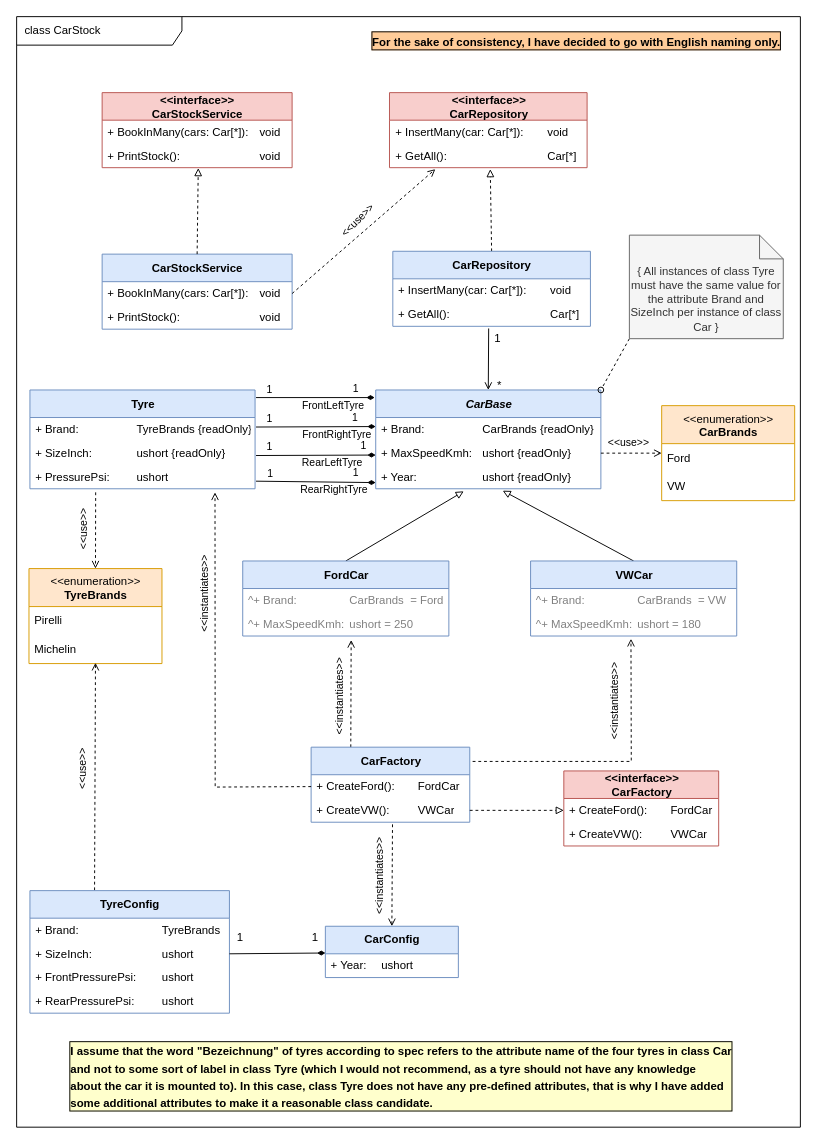
Above: _Docs/Design.drawio in PaWeCoding/CarStock (draw.io), before the change. Source tidied: cells renumbered, new cells numbered last; positions are measured from the earlier drawing's top-left corner, leaving out a move shared by most shapes. Both pictures are drawn from the tidied source at 95%, with x=0, y=0 at pixel (16, 16).
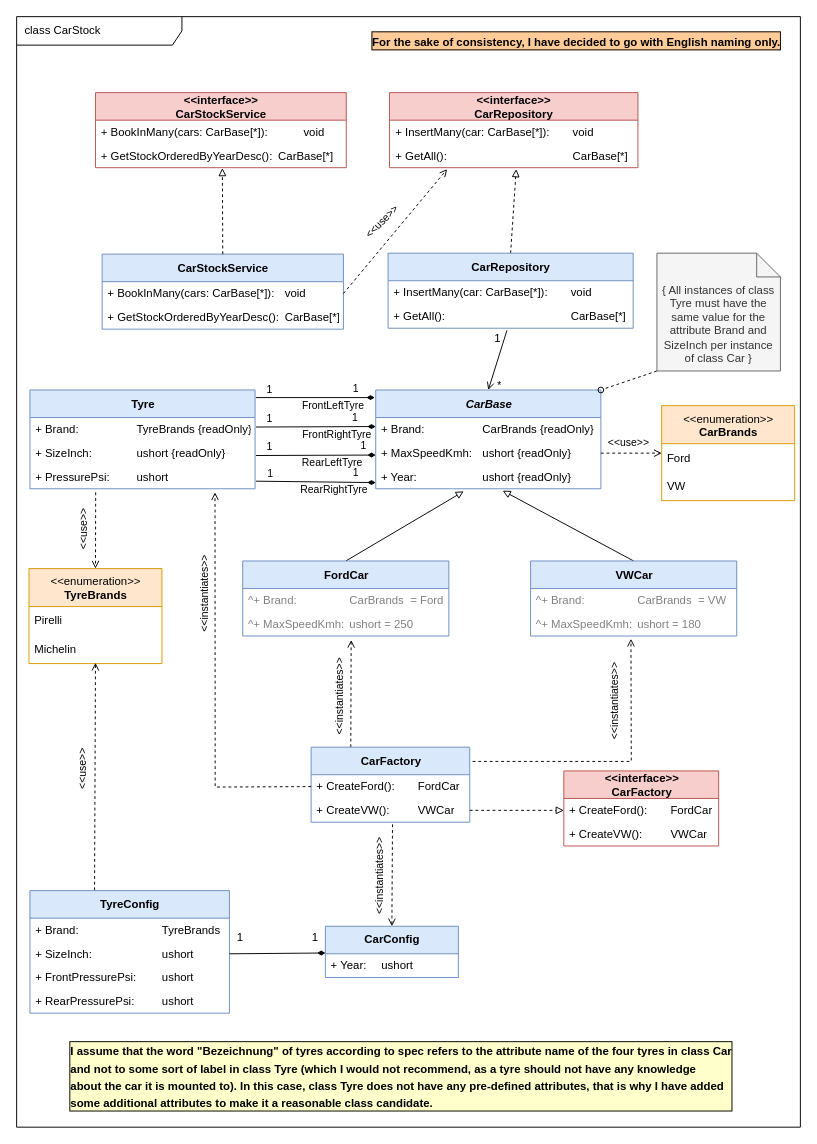
The same diagram, later.

Diff of the diagram source:
```diff
@@
     <mxCell id="37" value="CarRepository" style="swimlane;fontStyle=1;align=center;verticalAlign=middle;horizontal=1;startSize=29;html=1;fillColor=#dae8fc;strokeColor=#6c8ebf;" parent="1" vertex="1">
-      <mxGeometry x="396" y="247" width="208" height="79" as="geometry" />
+      <mxGeometry x="391" y="249" width="258" height="79" as="geometry" />
     </mxCell>
-    <mxCell id="38" value="+ InsertMany(car: Car[*]):&lt;span style=&quot;white-space: pre;&quot;&gt;&#9;&lt;/span&gt;void" style="text;html=1;strokeColor=none;fillColor=none;align=left;verticalAlign=middle;spacingLeft=4;spacingRight=4;overflow=hidden;" parent="37" vertex="1">
-      <mxGeometry y="29" width="208" height="25" as="geometry" />
+    <mxCell id="38" value="+ InsertMany(car: CarBase[*]):&lt;span style=&quot;white-space: pre;&quot;&gt;&#9;&lt;/span&gt;void" style="text;html=1;strokeColor=none;fillColor=none;align=left;verticalAlign=middle;spacingLeft=4;spacingRight=4;overflow=hidden;" parent="37" vertex="1">
+      <mxGeometry y="29" width="258" height="25" as="geometry" />
     </mxCell>
-    <mxCell id="39" value="+ GetAll():&lt;span style=&quot;white-space: pre;&quot;&gt;&#9;&lt;/span&gt;&lt;span style=&quot;white-space: pre;&quot;&gt;&#9;&lt;span style=&quot;white-space: pre;&quot;&gt;&#9;&lt;/span&gt;&lt;span style=&quot;white-space: pre;&quot;&gt;&#9;&lt;/span&gt;&lt;/span&gt;Car[*]" style="text;html=1;strokeColor=none;fillColor=none;align=left;verticalAlign=middle;spacingLeft=4;spacingRight=4;overflow=hidden;points=[[0,0.5],[1,0.5]];portConstraint=eastwest;" parent="37" vertex="1">
-      <mxGeometry y="54" width="208" height="25" as="geometry" />
+    <mxCell id="39" value="+ GetAll():&lt;span style=&quot;white-space: pre;&quot;&gt;&#9;&lt;/span&gt;&lt;span style=&quot;white-space: pre;&quot;&gt;&#9;&lt;span style=&quot;white-space: pre;&quot;&gt;&#9;&lt;/span&gt;&lt;span style=&quot;white-space: pre;&quot;&gt;&#9;&lt;span style=&quot;white-space: pre;&quot;&gt;&#9;&lt;/span&gt;&lt;/span&gt;&lt;/span&gt;CarBase[*]" style="text;html=1;strokeColor=none;fillColor=none;align=left;verticalAlign=middle;spacingLeft=4;spacingRight=4;overflow=hidden;points=[[0,0.5],[1,0.5]];portConstraint=eastwest;" parent="37" vertex="1">
+      <mxGeometry y="54" width="258" height="25" as="geometry" />
     </mxCell>
@@
     <mxCell id="42" value="CarStockService" style="swimlane;fontStyle=1;align=center;verticalAlign=middle;horizontal=1;startSize=29;html=1;fillColor=#dae8fc;strokeColor=#6c8ebf;" parent="1" vertex="1">
-      <mxGeometry x="90" y="250" width="200" height="79" as="geometry" />
+      <mxGeometry x="90" y="250" width="254" height="79" as="geometry" />
     </mxCell>
-    <mxCell id="43" value="+ BookInMany(cars: Car[*]):&lt;span style=&quot;white-space: pre;&quot;&gt;&#9;&lt;/span&gt;void" style="text;html=1;strokeColor=none;fillColor=none;align=left;verticalAlign=middle;spacingLeft=4;spacingRight=4;overflow=hidden;points=[[0,0.5],[1,0.5]];portConstraint=eastwest;" parent="42" vertex="1">
-      <mxGeometry y="29" width="200" height="25" as="geometry" />
+    <mxCell id="43" value="+ BookInMany(cars: CarBase[*]):&lt;span style=&quot;white-space: pre;&quot;&gt;&#9;&lt;/span&gt;void" style="text;html=1;strokeColor=none;fillColor=none;align=left;verticalAlign=middle;spacingLeft=4;spacingRight=4;overflow=hidden;points=[[0,0.5],[1,0.5]];portConstraint=eastwest;" parent="42" vertex="1">
+      <mxGeometry y="29" width="254" height="25" as="geometry" />
     </mxCell>
-    <mxCell id="44" value="+ PrintStock():&lt;span style=&quot;white-space: pre;&quot;&gt;&#9;&lt;/span&gt;&lt;span style=&quot;white-space: pre;&quot;&gt;&#9;&lt;span style=&quot;white-space: pre;&quot;&gt;&#9;&lt;/span&gt;&lt;span style=&quot;white-space: pre;&quot;&gt;&#9;&lt;/span&gt;v&lt;/span&gt;oid" style="text;html=1;strokeColor=none;fillColor=none;align=left;verticalAlign=middle;spacingLeft=4;spacingRight=4;overflow=hidden;" parent="42" vertex="1">
-      <mxGeometry y="54" width="200" height="25" as="geometry" />
+    <mxCell id="44" value="+ GetStockOrderedByYearDesc():&lt;span style=&quot;white-space: pre;&quot;&gt;&#9;&lt;/span&gt;&lt;span style=&quot;white-space-collapse: preserve;&quot;&gt;CarBase[*]&lt;/span&gt;" style="text;html=1;strokeColor=none;fillColor=none;align=left;verticalAlign=middle;spacingLeft=4;spacingRight=4;overflow=hidden;" parent="42" vertex="1">
+      <mxGeometry y="54" width="254" height="25" as="geometry" />
     </mxCell>
@@
     <mxCell id="66" value="{ All instances of class Tyre must have the same value for the attribute Brand and SizeInch per instance of class Car }" style="shape=note2;boundedLbl=1;whiteSpace=wrap;html=1;size=25;verticalAlign=top;align=center;fontColor=#333333;fillColor=#f5f5f5;strokeColor=#666666;" parent="1" vertex="1">
-      <mxGeometry x="645" y="230" width="162" height="109" as="geometry" />
+      <mxGeometry x="674" y="249" width="130" height="124" as="geometry" />
     </mxCell>
@@
     <mxCell id="68" value="&amp;lt;&amp;lt;interface&amp;gt;&amp;gt;&lt;br&gt;CarStockService" style="swimlane;fontStyle=1;align=center;verticalAlign=middle;horizontal=1;startSize=29;html=1;fillColor=#f8cecc;strokeColor=#b85450;" parent="1" vertex="1">
-      <mxGeometry x="90" y="80" width="200" height="79" as="geometry" />
+      <mxGeometry x="83" y="80" width="264" height="79" as="geometry" />
     </mxCell>
-    <mxCell id="69" value="+ BookInMany(cars: Car[*]):&lt;span style=&quot;white-space: pre;&quot;&gt;&#9;&lt;/span&gt;void" style="text;html=1;strokeColor=none;fillColor=none;align=left;verticalAlign=middle;spacingLeft=4;spacingRight=4;overflow=hidden;" parent="68" vertex="1">
-      <mxGeometry y="29" width="200" height="25" as="geometry" />
+    <mxCell id="69" value="+ BookInMany(cars: CarBase[*]):&lt;span style=&quot;white-space: pre;&quot;&gt;&#9;&lt;span style=&quot;white-space: pre;&quot;&gt;&#9;&lt;/span&gt;&lt;/span&gt;void" style="text;html=1;strokeColor=none;fillColor=none;align=left;verticalAlign=middle;spacingLeft=4;spacingRight=4;overflow=hidden;" parent="68" vertex="1">
+      <mxGeometry y="29" width="264" height="25" as="geometry" />
     </mxCell>
-    <mxCell id="70" value="+ PrintStock():&lt;span style=&quot;white-space: pre;&quot;&gt;&#9;&lt;/span&gt;&lt;span style=&quot;white-space: pre;&quot;&gt;&#9;&lt;span style=&quot;white-space: pre;&quot;&gt;&#9;&lt;/span&gt;&lt;span style=&quot;white-space: pre;&quot;&gt;&#9;&lt;/span&gt;v&lt;/span&gt;oid" style="text;html=1;strokeColor=none;fillColor=none;align=left;verticalAlign=middle;spacingLeft=4;spacingRight=4;overflow=hidden;points=[[0,0.5],[1,0.5]];portConstraint=eastwest;" parent="68" vertex="1">
-      <mxGeometry y="54" width="200" height="25" as="geometry" />
+    <mxCell id="70" value="+ GetStockOrderedByYearDesc():&lt;span style=&quot;white-space: pre;&quot;&gt;&#9;&lt;/span&gt;&lt;span style=&quot;white-space-collapse: preserve;&quot;&gt;CarBase[*]&lt;/span&gt;" style="text;html=1;strokeColor=none;fillColor=none;align=left;verticalAlign=middle;spacingLeft=4;spacingRight=4;overflow=hidden;points=[[0,0.5],[1,0.5]];portConstraint=eastwest;" parent="68" vertex="1">
+      <mxGeometry y="54" width="264" height="25" as="geometry" />
     </mxCell>
@@
     <mxCell id="72" value="&amp;lt;&amp;lt;interface&amp;gt;&amp;gt;&lt;br&gt;CarRepository" style="swimlane;fontStyle=1;align=center;verticalAlign=middle;horizontal=1;startSize=29;html=1;fillColor=#f8cecc;strokeColor=#b85450;" parent="1" vertex="1">
-      <mxGeometry x="392.5" y="80" width="208" height="79" as="geometry" />
+      <mxGeometry x="392.5" y="80" width="261.5" height="79" as="geometry" />
     </mxCell>
-    <mxCell id="73" value="+ InsertMany(car: Car[*]):&lt;span style=&quot;white-space: pre;&quot;&gt;&#9;&lt;/span&gt;void" style="text;html=1;strokeColor=none;fillColor=none;align=left;verticalAlign=middle;spacingLeft=4;spacingRight=4;overflow=hidden;" parent="72" vertex="1">
-      <mxGeometry y="29" width="208" height="25" as="geometry" />
+    <mxCell id="73" value="+ InsertMany(car: CarBase[*]):&lt;span style=&quot;white-space: pre;&quot;&gt;&#9;&lt;/span&gt;void" style="text;html=1;strokeColor=none;fillColor=none;align=left;verticalAlign=middle;spacingLeft=4;spacingRight=4;overflow=hidden;" parent="72" vertex="1">
+      <mxGeometry y="29" width="261.5" height="25" as="geometry" />
     </mxCell>
-    <mxCell id="74" value="+ GetAll():&lt;span style=&quot;white-space: pre;&quot;&gt;&#9;&lt;/span&gt;&lt;span style=&quot;white-space: pre;&quot;&gt;&#9;&lt;span style=&quot;white-space: pre;&quot;&gt;&#9;&lt;/span&gt;&lt;span style=&quot;white-space: pre;&quot;&gt;&#9;&lt;/span&gt;&lt;/span&gt;Car[*]" style="text;html=1;strokeColor=none;fillColor=none;align=left;verticalAlign=middle;spacingLeft=4;spacingRight=4;overflow=hidden;points=[[0,0.5],[1,0.5]];portConstraint=eastwest;" parent="72" vertex="1">
-      <mxGeometry y="54" width="208" height="25" as="geometry" />
+    <mxCell id="74" value="+ GetAll():&lt;span style=&quot;white-space: pre;&quot;&gt;&#9;&lt;/span&gt;&lt;span style=&quot;white-space: pre;&quot;&gt;&#9;&lt;span style=&quot;white-space: pre;&quot;&gt;&#9;&lt;/span&gt;&lt;span style=&quot;white-space: pre;&quot;&gt;&#9;&lt;span style=&quot;white-space: pre;&quot;&gt;&#9;&lt;/span&gt;&lt;/span&gt;&lt;/span&gt;CarBase[*]" style="text;html=1;strokeColor=none;fillColor=none;align=left;verticalAlign=middle;spacingLeft=4;spacingRight=4;overflow=hidden;points=[[0,0.5],[1,0.5]];portConstraint=eastwest;" parent="72" vertex="1">
+      <mxGeometry y="54" width="261.5" height="25" as="geometry" />
     </mxCell>
```
